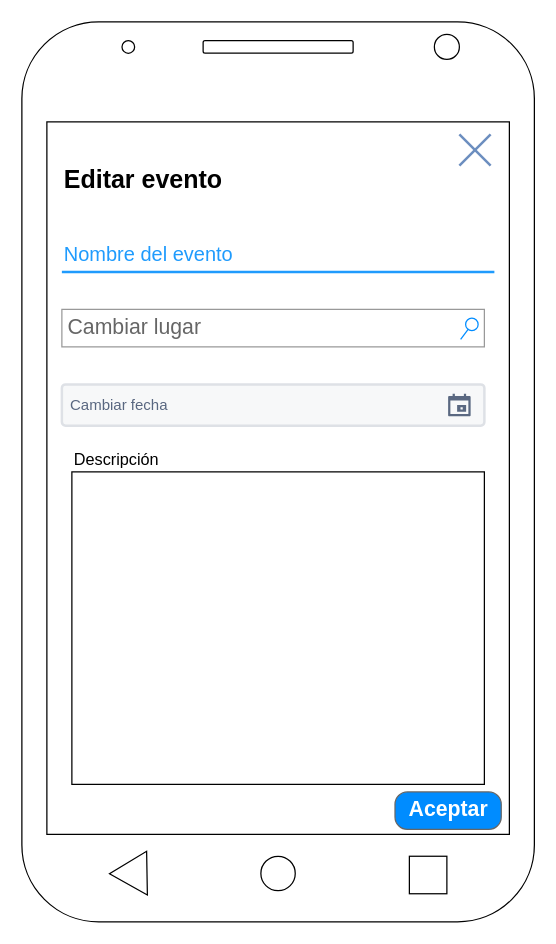
The draw.io diagram P2/sketch/PantallaModificarEvento.drawio in PepeNavarro7/DIU20, before the edit. Source tidied: cells renumbered, new cells numbered last; positions are measured from the earlier drawing's top-left corner, leaving out a move shared by most shapes. Both pictures are drawn from the tidied source at 125%, with x=0, y=0 at pixel (21, 21).
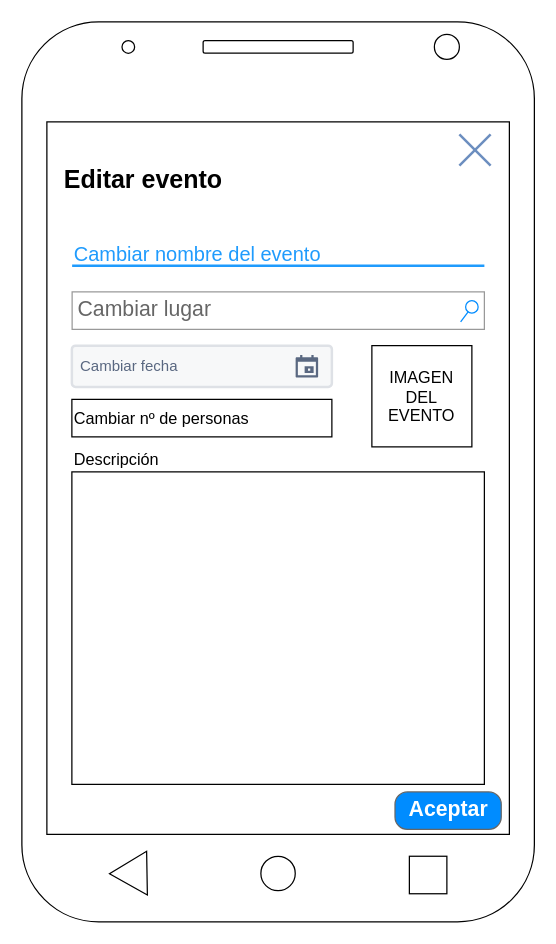
The same diagram, later.

The edit, as a diff of the source:
```diff
@@
-    <mxCell id="11" value="Nombre del evento" style="text;fontColor=#1F9BFD;fontSize=16;verticalAlign=middle;strokeColor=none;fillColor=none;" parent="1" vertex="1">
-      <mxGeometry x="32" y="170" width="346" height="30" as="geometry" />
+    <mxCell id="11" value="Cambiar nombre del evento" style="text;fontColor=#1F9BFD;fontSize=16;verticalAlign=middle;strokeColor=none;fillColor=none;" parent="1" vertex="1">
+      <mxGeometry x="40" y="170" width="290" height="30" as="geometry" />
     </mxCell>
     <mxCell id="12" style="dashed=0;shape=line;strokeWidth=2;noLabel=1;strokeColor=#1F9BFD;" parent="1" vertex="1">
-      <mxGeometry x="32" y="195" width="346" height="10" as="geometry" />
+      <mxGeometry x="40.2" y="190" width="329.8" height="10" as="geometry" />
     </mxCell>
@@
     <mxCell id="18" value="Cambiar lugar" style="strokeWidth=1;shadow=0;dashed=0;align=center;html=1;shape=mxgraph.mockup.forms.searchBox;strokeColor=#999999;mainText=;strokeColor2=#008cff;fontColor=#666666;fontSize=17;align=left;spacingLeft=3;" parent="1" vertex="1">
-      <mxGeometry x="32" y="230" width="338" height="30" as="geometry" />
+      <mxGeometry x="40.2" y="216" width="329.8" height="30" as="geometry" />
     </mxCell>
     <mxCell id="19" value="Cambiar fecha" style="rounded=1;arcSize=9;fillColor=#F7F8F9;align=left;spacingLeft=5;strokeColor=#DEE1E6;html=1;strokeWidth=2;fontColor=#596780;fontSize=12;" parent="1" vertex="1">
-      <mxGeometry x="32" y="290" width="338" height="33" as="geometry" />
+      <mxGeometry x="40" y="259" width="208" height="33" as="geometry" />
     </mxCell>
@@
+    <mxCell id="21" value="Cambiar nº de personas" style="text;html=1;strokeColor=#000000;fillColor=none;align=left;verticalAlign=middle;whiteSpace=wrap;rounded=0;fontSize=13;" parent="1" vertex="1">
+      <mxGeometry x="40" y="302" width="208" height="30" as="geometry" />
+    </mxCell>
+    <mxCell id="22" value="IMAGEN DEL EVENTO" style="rounded=0;whiteSpace=wrap;html=1;strokeColor=#000000;fontSize=13;" parent="1" vertex="1">
+      <mxGeometry x="280" y="259" width="80" height="81" as="geometry" />
+    </mxCell>
```
